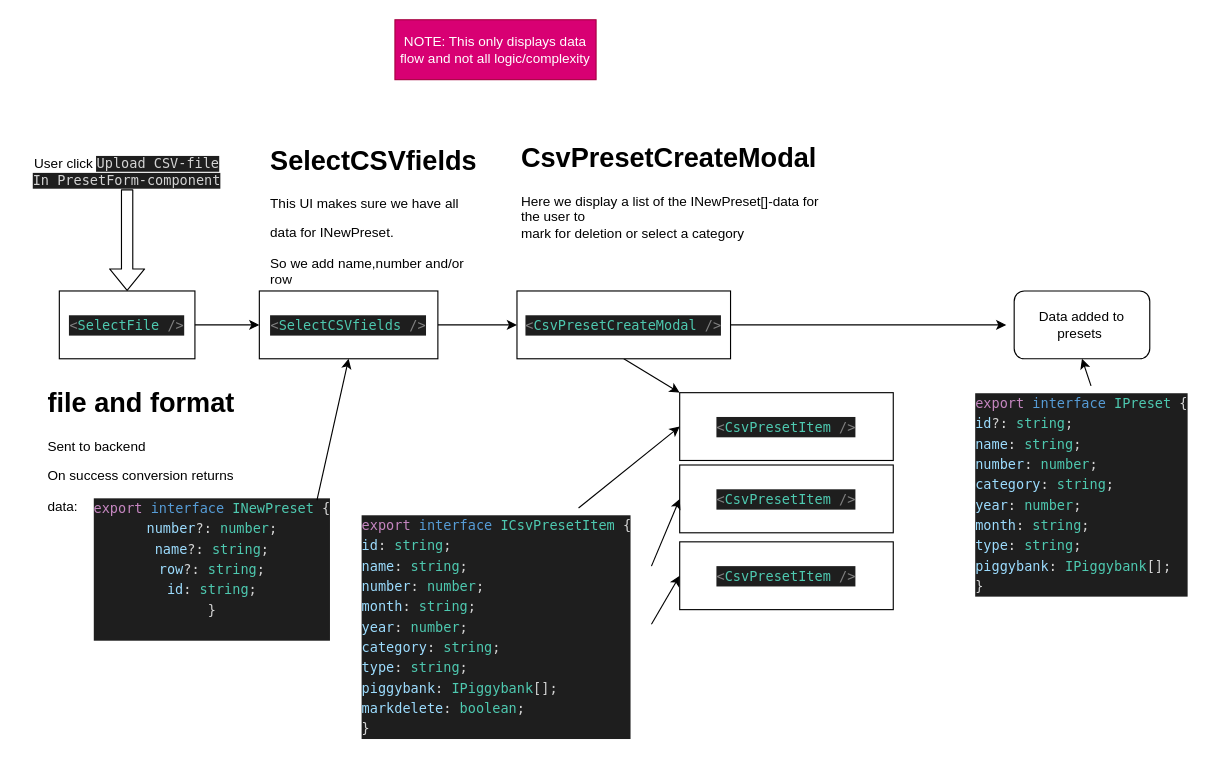
fredrik-hjelmaeus/BudgetApp keeps this draw.io diagram as CSVToPreset-flow.drawio. Above is the earlier version. Source tidied: cells renumbered, new cells numbered last; positions are measured from the earlier drawing's top-left corner, leaving out a move shared by most shapes. Both pictures are drawn from the tidied source at 113%, with x=0, y=0 at pixel (19, 19).
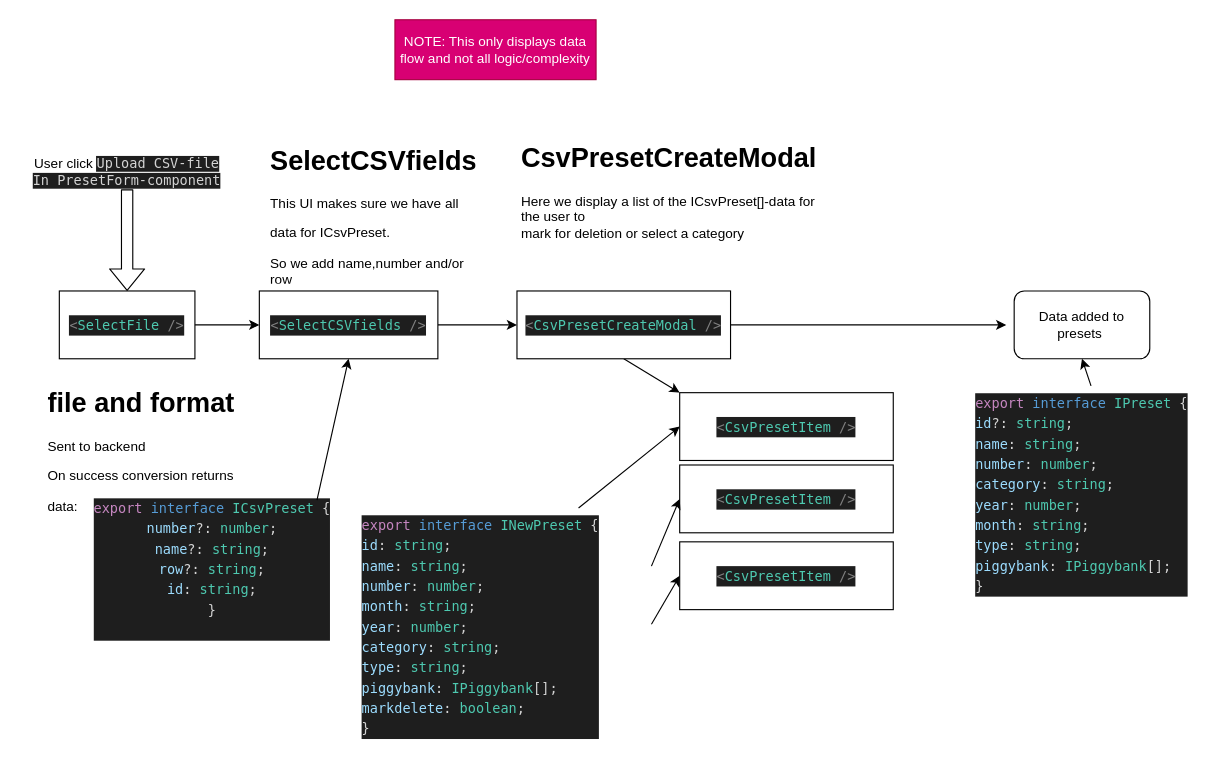
Above is the later version.

Diff of the diagram source:
```diff
@@
-    <mxCell id="9" value="&lt;div style=&quot;color: rgb(212 , 212 , 212) ; background-color: rgb(30 , 30 , 30) ; font-family: &amp;#34;menlo&amp;#34; , &amp;#34;monaco&amp;#34; , &amp;#34;courier new&amp;#34; , monospace ; line-height: 18px&quot;&gt;&lt;div&gt;&lt;span style=&quot;color: #c586c0&quot;&gt;export&lt;/span&gt; &lt;span style=&quot;color: #569cd6&quot;&gt;interface&lt;/span&gt; &lt;span style=&quot;color: #4ec9b0&quot;&gt;INewPreset&lt;/span&gt; {&lt;/div&gt;&lt;div&gt;  &lt;span style=&quot;color: #9cdcfe&quot;&gt;number&lt;/span&gt;?: &lt;span style=&quot;color: #4ec9b0&quot;&gt;number&lt;/span&gt;;&lt;/div&gt;&lt;div&gt;  &lt;span style=&quot;color: #9cdcfe&quot;&gt;name&lt;/span&gt;?: &lt;span style=&quot;color: #4ec9b0&quot;&gt;string&lt;/span&gt;;&lt;/div&gt;&lt;div&gt;  &lt;span style=&quot;color: #9cdcfe&quot;&gt;row&lt;/span&gt;?: &lt;span style=&quot;color: #4ec9b0&quot;&gt;string&lt;/span&gt;;&lt;/div&gt;&lt;div&gt;  &lt;span style=&quot;color: #9cdcfe&quot;&gt;id&lt;/span&gt;: &lt;span style=&quot;color: #4ec9b0&quot;&gt;string&lt;/span&gt;;&lt;/div&gt;&lt;div&gt;}&lt;/div&gt;&lt;br&gt;&lt;/div&gt;" style="text;html=1;align=center;verticalAlign=middle;strokeColor=none;fillColor=none;" parent="1" vertex="1">
+    <mxCell id="9" value="&lt;div style=&quot;color: rgb(212 , 212 , 212) ; background-color: rgb(30 , 30 , 30) ; font-family: &amp;#34;menlo&amp;#34; , &amp;#34;monaco&amp;#34; , &amp;#34;courier new&amp;#34; , monospace ; line-height: 18px&quot;&gt;&lt;div&gt;&lt;span style=&quot;color: #c586c0&quot;&gt;export&lt;/span&gt; &lt;span style=&quot;color: #569cd6&quot;&gt;interface&lt;/span&gt; &lt;span style=&quot;color: #4ec9b0&quot;&gt;ICsvPreset&lt;/span&gt; {&lt;/div&gt;&lt;div&gt;  &lt;span style=&quot;color: #9cdcfe&quot;&gt;number&lt;/span&gt;?: &lt;span style=&quot;color: #4ec9b0&quot;&gt;number&lt;/span&gt;;&lt;/div&gt;&lt;div&gt;  &lt;span style=&quot;color: #9cdcfe&quot;&gt;name&lt;/span&gt;?: &lt;span style=&quot;color: #4ec9b0&quot;&gt;string&lt;/span&gt;;&lt;/div&gt;&lt;div&gt;  &lt;span style=&quot;color: #9cdcfe&quot;&gt;row&lt;/span&gt;?: &lt;span style=&quot;color: #4ec9b0&quot;&gt;string&lt;/span&gt;;&lt;/div&gt;&lt;div&gt;  &lt;span style=&quot;color: #9cdcfe&quot;&gt;id&lt;/span&gt;: &lt;span style=&quot;color: #4ec9b0&quot;&gt;string&lt;/span&gt;;&lt;/div&gt;&lt;div&gt;}&lt;/div&gt;&lt;br&gt;&lt;/div&gt;" style="text;html=1;align=center;verticalAlign=middle;strokeColor=none;fillColor=none;" parent="1" vertex="1">
       <mxGeometry x="60" y="423" width="219" height="126" as="geometry" />
     </mxCell>
@@
-    <mxCell id="11" value="&lt;h1&gt;SelectCSVfields&lt;/h1&gt;&lt;p&gt;This UI makes sure we have all&lt;/p&gt;&lt;p&gt;data for INewPreset.&lt;/p&gt;&lt;p&gt;So we add name,number and/or row&lt;/p&gt;" style="text;html=1;strokeColor=none;fillColor=none;spacing=5;spacingTop=-20;whiteSpace=wrap;overflow=hidden;rounded=0;" parent="1" vertex="1">
+    <mxCell id="11" value="&lt;h1&gt;SelectCSVfields&lt;/h1&gt;&lt;p&gt;This UI makes sure we have all&lt;/p&gt;&lt;p&gt;data for ICsvPreset.&lt;/p&gt;&lt;p&gt;So we add name,number and/or row&lt;/p&gt;" style="text;html=1;strokeColor=none;fillColor=none;spacing=5;spacingTop=-20;whiteSpace=wrap;overflow=hidden;rounded=0;" parent="1" vertex="1">
       <mxGeometry x="217" y="105" width="190" height="129" as="geometry" />
     </mxCell>
@@
-    <mxCell id="15" value="&lt;h1&gt;CsvPresetCreateModal&lt;/h1&gt;&lt;div&gt;Here we display a list of the INewPreset[]-data for the user to&lt;/div&gt;&lt;div&gt;mark for deletion or select a category&lt;/div&gt;" style="text;html=1;strokeColor=none;fillColor=none;spacing=5;spacingTop=-20;whiteSpace=wrap;overflow=hidden;rounded=0;" parent="1" vertex="1">
+    <mxCell id="15" value="&lt;h1&gt;CsvPresetCreateModal&lt;/h1&gt;&lt;div&gt;Here we display a list of the ICsvPreset[]-data for the user to&lt;/div&gt;&lt;div&gt;mark for deletion or select a category&lt;/div&gt;" style="text;html=1;strokeColor=none;fillColor=none;spacing=5;spacingTop=-20;whiteSpace=wrap;overflow=hidden;rounded=0;" parent="1" vertex="1">
       <mxGeometry x="439" y="103" width="280" height="129" as="geometry" />
     </mxCell>
@@
-    <mxCell id="22" value="&lt;div style=&quot;color: rgb(212, 212, 212); background-color: rgb(30, 30, 30); font-family: menlo, monaco, &amp;quot;courier new&amp;quot;, monospace; font-weight: normal; font-size: 12px; line-height: 18px;&quot;&gt;&lt;div&gt;&lt;span style=&quot;color: #c586c0&quot;&gt;export&lt;/span&gt;&lt;span style=&quot;color: #d4d4d4&quot;&gt; &lt;/span&gt;&lt;span style=&quot;color: #569cd6&quot;&gt;interface&lt;/span&gt;&lt;span style=&quot;color: #d4d4d4&quot;&gt; &lt;/span&gt;&lt;span style=&quot;color: #4ec9b0&quot;&gt;ICsvPresetItem&lt;/span&gt;&lt;span style=&quot;color: #d4d4d4&quot;&gt; {&lt;/span&gt;&lt;/div&gt;&lt;div&gt;&lt;span style=&quot;color: #d4d4d4&quot;&gt;  &lt;/span&gt;&lt;span style=&quot;color: #9cdcfe&quot;&gt;id&lt;/span&gt;&lt;span style=&quot;color: #d4d4d4&quot;&gt;: &lt;/span&gt;&lt;span style=&quot;color: #4ec9b0&quot;&gt;string&lt;/span&gt;&lt;span style=&quot;color: #d4d4d4&quot;&gt;;&lt;/span&gt;&lt;/div&gt;&lt;div&gt;&lt;span style=&quot;color: #d4d4d4&quot;&gt;  &lt;/span&gt;&lt;span style=&quot;color: #9cdcfe&quot;&gt;name&lt;/span&gt;&lt;span style=&quot;color: #d4d4d4&quot;&gt;: &lt;/span&gt;&lt;span style=&quot;color: #4ec9b0&quot;&gt;string&lt;/span&gt;&lt;span style=&quot;color: #d4d4d4&quot;&gt;;&lt;/span&gt;&lt;/div&gt;&lt;div&gt;&lt;span style=&quot;color: #d4d4d4&quot;&gt;  &lt;/span&gt;&lt;span style=&quot;color: #9cdcfe&quot;&gt;number&lt;/span&gt;&lt;span style=&quot;color: #d4d4d4&quot;&gt;: &lt;/span&gt;&lt;span style=&quot;color: #4ec9b0&quot;&gt;number&lt;/span&gt;&lt;span style=&quot;color: #d4d4d4&quot;&gt;;&lt;/span&gt;&lt;/div&gt;&lt;div&gt;&lt;span style=&quot;color: #d4d4d4&quot;&gt;  &lt;/span&gt;&lt;span style=&quot;color: #9cdcfe&quot;&gt;month&lt;/span&gt;&lt;span style=&quot;color: #d4d4d4&quot;&gt;: &lt;/span&gt;&lt;span style=&quot;color: #4ec9b0&quot;&gt;string&lt;/span&gt;&lt;span style=&quot;color: #d4d4d4&quot;&gt;;&lt;/span&gt;&lt;/div&gt;&lt;div&gt;&lt;span style=&quot;color: #d4d4d4&quot;&gt;  &lt;/span&gt;&lt;span style=&quot;color: #9cdcfe&quot;&gt;year&lt;/span&gt;&lt;span style=&quot;color: #d4d4d4&quot;&gt;: &lt;/span&gt;&lt;span style=&quot;color: #4ec9b0&quot;&gt;number&lt;/span&gt;&lt;span style=&quot;color: #d4d4d4&quot;&gt;;&lt;/span&gt;&lt;/div&gt;&lt;div&gt;&lt;span style=&quot;color: #d4d4d4&quot;&gt;  &lt;/span&gt;&lt;span style=&quot;color: #9cdcfe&quot;&gt;category&lt;/span&gt;&lt;span style=&quot;color: #d4d4d4&quot;&gt;: &lt;/span&gt;&lt;span style=&quot;color: #4ec9b0&quot;&gt;string&lt;/span&gt;&lt;span style=&quot;color: #d4d4d4&quot;&gt;;&lt;/span&gt;&lt;/div&gt;&lt;div&gt;&lt;span style=&quot;color: #d4d4d4&quot;&gt;  &lt;/span&gt;&lt;span style=&quot;color: #9cdcfe&quot;&gt;type&lt;/span&gt;&lt;span style=&quot;color: #d4d4d4&quot;&gt;: &lt;/span&gt;&lt;span style=&quot;color: #4ec9b0&quot;&gt;string&lt;/span&gt;&lt;span style=&quot;color: #d4d4d4&quot;&gt;;&lt;/span&gt;&lt;/div&gt;&lt;div&gt;&lt;span style=&quot;color: #d4d4d4&quot;&gt;  &lt;/span&gt;&lt;span style=&quot;color: #9cdcfe&quot;&gt;piggybank&lt;/span&gt;&lt;span style=&quot;color: #d4d4d4&quot;&gt;: &lt;/span&gt;&lt;span style=&quot;color: #4ec9b0&quot;&gt;IPiggybank&lt;/span&gt;&lt;span style=&quot;color: #d4d4d4&quot;&gt;[];&lt;/span&gt;&lt;/div&gt;&lt;div&gt;&lt;span style=&quot;color: #d4d4d4&quot;&gt;  &lt;/span&gt;&lt;span style=&quot;color: #9cdcfe&quot;&gt;markdelete&lt;/span&gt;&lt;span style=&quot;color: #d4d4d4&quot;&gt;: &lt;/span&gt;&lt;span style=&quot;color: #4ec9b0&quot;&gt;boolean&lt;/span&gt;&lt;span style=&quot;color: #d4d4d4&quot;&gt;;&lt;/span&gt;&lt;/div&gt;&lt;div&gt;&lt;span style=&quot;color: #d4d4d4&quot;&gt;}&lt;/span&gt;&lt;/div&gt;&lt;/div&gt;" style="text;whiteSpace=wrap;html=1;" parent="1" vertex="1">
+    <mxCell id="22" value="&lt;div style=&quot;color: rgb(212 , 212 , 212) ; background-color: rgb(30 , 30 , 30) ; font-family: &amp;#34;menlo&amp;#34; , &amp;#34;monaco&amp;#34; , &amp;#34;courier new&amp;#34; , monospace ; font-weight: normal ; font-size: 12px ; line-height: 18px&quot;&gt;&lt;div&gt;&lt;span style=&quot;color: #c586c0&quot;&gt;export&lt;/span&gt;&lt;span style=&quot;color: #d4d4d4&quot;&gt; &lt;/span&gt;&lt;span style=&quot;color: #569cd6&quot;&gt;interface&lt;/span&gt;&lt;span style=&quot;color: #d4d4d4&quot;&gt; &lt;/span&gt;&lt;span style=&quot;color: #4ec9b0&quot;&gt;INewPreset&lt;/span&gt;&lt;span style=&quot;color: #d4d4d4&quot;&gt; {&lt;/span&gt;&lt;/div&gt;&lt;div&gt;&lt;span style=&quot;color: #d4d4d4&quot;&gt;  &lt;/span&gt;&lt;span style=&quot;color: #9cdcfe&quot;&gt;id&lt;/span&gt;&lt;span style=&quot;color: #d4d4d4&quot;&gt;: &lt;/span&gt;&lt;span style=&quot;color: #4ec9b0&quot;&gt;string&lt;/span&gt;&lt;span style=&quot;color: #d4d4d4&quot;&gt;;&lt;/span&gt;&lt;/div&gt;&lt;div&gt;&lt;span style=&quot;color: #d4d4d4&quot;&gt;  &lt;/span&gt;&lt;span style=&quot;color: #9cdcfe&quot;&gt;name&lt;/span&gt;&lt;span style=&quot;color: #d4d4d4&quot;&gt;: &lt;/span&gt;&lt;span style=&quot;color: #4ec9b0&quot;&gt;string&lt;/span&gt;&lt;span style=&quot;color: #d4d4d4&quot;&gt;;&lt;/span&gt;&lt;/div&gt;&lt;div&gt;&lt;span style=&quot;color: #d4d4d4&quot;&gt;  &lt;/span&gt;&lt;span style=&quot;color: #9cdcfe&quot;&gt;number&lt;/span&gt;&lt;span style=&quot;color: #d4d4d4&quot;&gt;: &lt;/span&gt;&lt;span style=&quot;color: #4ec9b0&quot;&gt;number&lt;/span&gt;&lt;span style=&quot;color: #d4d4d4&quot;&gt;;&lt;/span&gt;&lt;/div&gt;&lt;div&gt;&lt;span style=&quot;color: #d4d4d4&quot;&gt;  &lt;/span&gt;&lt;span style=&quot;color: #9cdcfe&quot;&gt;month&lt;/span&gt;&lt;span style=&quot;color: #d4d4d4&quot;&gt;: &lt;/span&gt;&lt;span style=&quot;color: #4ec9b0&quot;&gt;string&lt;/span&gt;&lt;span style=&quot;color: #d4d4d4&quot;&gt;;&lt;/span&gt;&lt;/div&gt;&lt;div&gt;&lt;span style=&quot;color: #d4d4d4&quot;&gt;  &lt;/span&gt;&lt;span style=&quot;color: #9cdcfe&quot;&gt;year&lt;/span&gt;&lt;span style=&quot;color: #d4d4d4&quot;&gt;: &lt;/span&gt;&lt;span style=&quot;color: #4ec9b0&quot;&gt;number&lt;/span&gt;&lt;span style=&quot;color: #d4d4d4&quot;&gt;;&lt;/span&gt;&lt;/div&gt;&lt;div&gt;&lt;span style=&quot;color: #d4d4d4&quot;&gt;  &lt;/span&gt;&lt;span style=&quot;color: #9cdcfe&quot;&gt;category&lt;/span&gt;&lt;span style=&quot;color: #d4d4d4&quot;&gt;: &lt;/span&gt;&lt;span style=&quot;color: #4ec9b0&quot;&gt;string&lt;/span&gt;&lt;span style=&quot;color: #d4d4d4&quot;&gt;;&lt;/span&gt;&lt;/div&gt;&lt;div&gt;&lt;span style=&quot;color: #d4d4d4&quot;&gt;  &lt;/span&gt;&lt;span style=&quot;color: #9cdcfe&quot;&gt;type&lt;/span&gt;&lt;span style=&quot;color: #d4d4d4&quot;&gt;: &lt;/span&gt;&lt;span style=&quot;color: #4ec9b0&quot;&gt;string&lt;/span&gt;&lt;span style=&quot;color: #d4d4d4&quot;&gt;;&lt;/span&gt;&lt;/div&gt;&lt;div&gt;&lt;span style=&quot;color: #d4d4d4&quot;&gt;  &lt;/span&gt;&lt;span style=&quot;color: #9cdcfe&quot;&gt;piggybank&lt;/span&gt;&lt;span style=&quot;color: #d4d4d4&quot;&gt;: &lt;/span&gt;&lt;span style=&quot;color: #4ec9b0&quot;&gt;IPiggybank&lt;/span&gt;&lt;span style=&quot;color: #d4d4d4&quot;&gt;[];&lt;/span&gt;&lt;/div&gt;&lt;div&gt;&lt;span style=&quot;color: #d4d4d4&quot;&gt;  &lt;/span&gt;&lt;span style=&quot;color: #9cdcfe&quot;&gt;markdelete&lt;/span&gt;&lt;span style=&quot;color: #d4d4d4&quot;&gt;: &lt;/span&gt;&lt;span style=&quot;color: #4ec9b0&quot;&gt;boolean&lt;/span&gt;&lt;span style=&quot;color: #d4d4d4&quot;&gt;;&lt;/span&gt;&lt;/div&gt;&lt;div&gt;&lt;span style=&quot;color: #d4d4d4&quot;&gt;}&lt;/span&gt;&lt;/div&gt;&lt;/div&gt;" style="text;whiteSpace=wrap;html=1;" parent="1" vertex="1">
       <mxGeometry x="301" y="432" width="258" height="206" as="geometry" />
     </mxCell>
```
